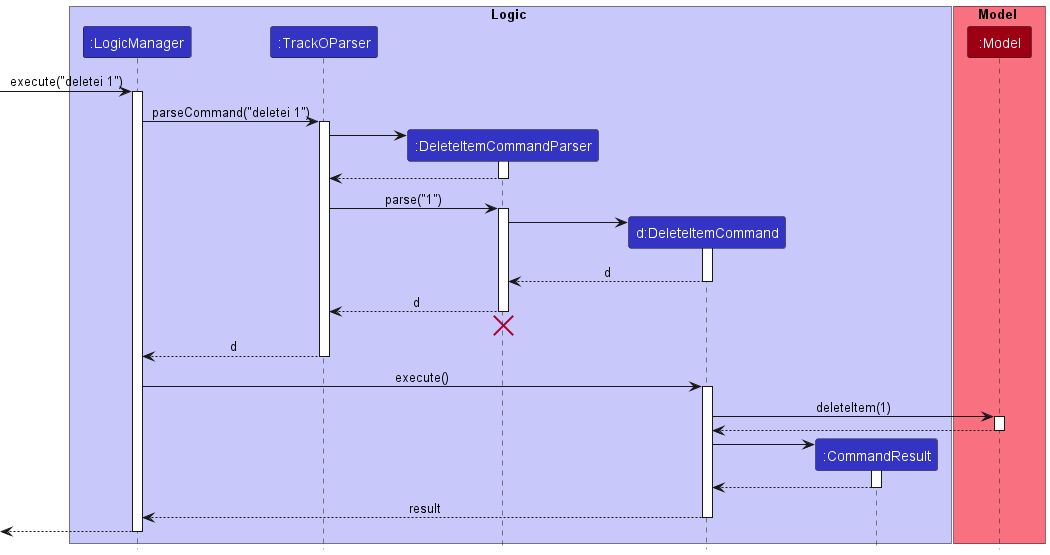
This is docs/images/developer-guide/DeleteItemSequenceDiagram.png from nus-cs2103-AY2223S1/tp, a PlantUML export, as it was before one commit. Source of this version:
```plantuml
@startuml
!include style.puml

box Logic LOGIC_COLOR_T1
participant ":LogicManager" as LogicManager LOGIC_COLOR
participant ":TrackOParser" as TrackOParser LOGIC_COLOR
participant ":DeleteItemCommandParser" as DeleteItemCommandParser LOGIC_COLOR
participant "d:DeleteItemCommand" as DeleteItemCommand LOGIC_COLOR
participant ":CommandResult" as CommandResult LOGIC_COLOR
end box

box Model MODEL_COLOR_T1
participant ":Model" as Model MODEL_COLOR
end box

[-> LogicManager : execute("deletei 1")
activate LogicManager

LogicManager -> TrackOParser : parseCommand("deletei 1")
activate TrackOParser

create DeleteItemCommandParser
TrackOParser -> DeleteItemCommandParser
activate DeleteItemCommandParser

DeleteItemCommandParser --> TrackOParser
deactivate DeleteItemCommandParser

TrackOParser -> DeleteItemCommandParser : parse("1")
activate DeleteItemCommandParser

create DeleteItemCommand
DeleteItemCommandParser -> DeleteItemCommand
activate DeleteItemCommand

DeleteItemCommand --> DeleteItemCommandParser : d
deactivate DeleteItemCommand

DeleteItemCommandParser --> TrackOParser : d
deactivate DeleteItemCommandParser
DeleteItemCommandParser -[hidden]-> TrackOParser
destroy DeleteItemCommandParser

TrackOParser --> LogicManager : d
deactivate TrackOParser

LogicManager -> DeleteItemCommand : execute()
activate DeleteItemCommand

DeleteItemCommand -> Model : deleteItem(1)
activate Model

Model --> DeleteItemCommand
deactivate Model

create CommandResult
DeleteItemCommand -> CommandResult
activate CommandResult

CommandResult --> DeleteItemCommand
deactivate CommandResult

DeleteItemCommand --> LogicManager : result
deactivate DeleteItemCommand

[<--LogicManager
deactivate LogicManager
@enduml
```
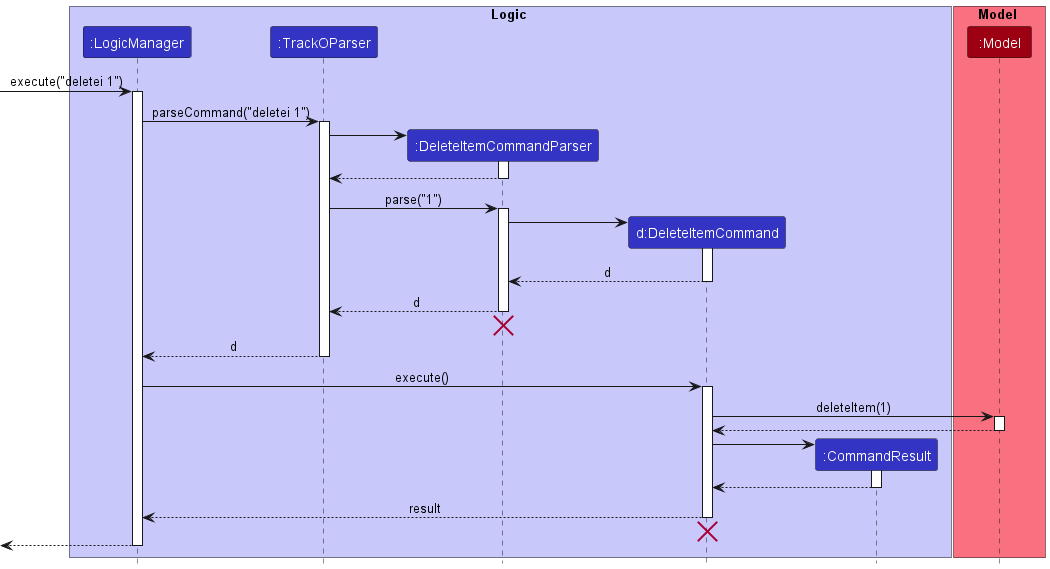
Above is the later version.

Commit message:
Update delete item sequence diagram

Diff of the diagram source:
```diff
@@ -62,6 +62,8 @@
 
 DeleteItemCommand --> LogicManager : result
 deactivate DeleteItemCommand
+DeleteItemCommand -[hidden]-> TrackOParser
+destroy DeleteItemCommand
 
 [<--LogicManager
 deactivate LogicManager
```
